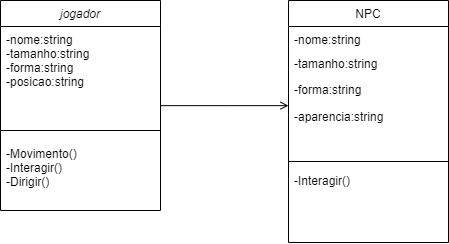
The draw.io diagram Diagrama jogo musica Unity.drawio.png in lucasnoelgb/2jdprojetomusica, before a commit. Source tidied: cells renumbered, new cells last; positions are measured from the earlier drawing's top-left corner, leaving out a move shared by most shapes.
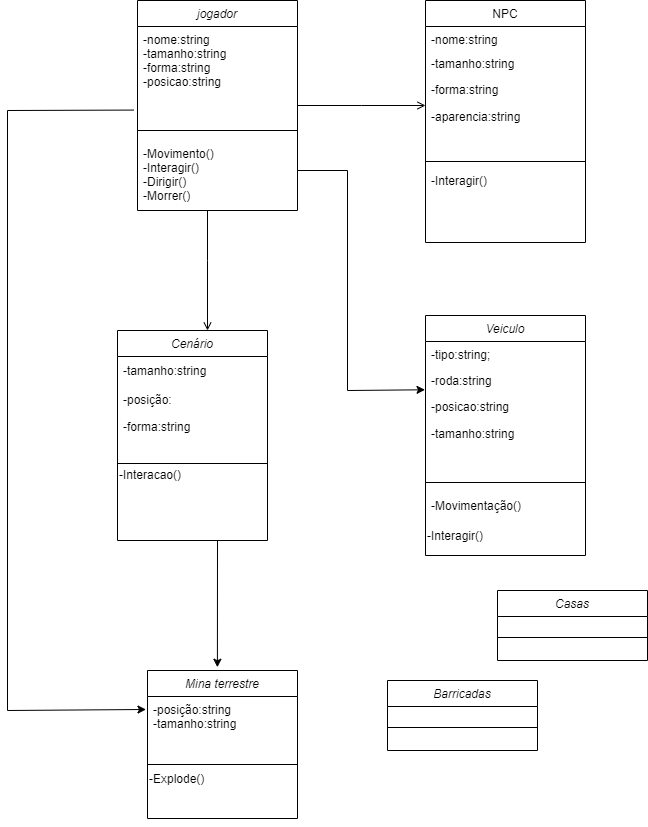
Above is the later version.

Diff of the diagram source:
```diff
@@ -11,7 +11,7 @@
     <mxCell id="4" style="line;html=1;strokeWidth=1;align=left;verticalAlign=middle;spacingTop=-1;spacingLeft=3;spacingRight=3;labelPosition=right;" parent="2" vertex="1">
       <mxGeometry y="120" width="160" height="20" as="geometry" />
     </mxCell>
-    <mxCell id="5" value="-Movimento()&#10;-Interagir()&#10;-Dirigir()" style="text;align=left;verticalAlign=top;spacingLeft=4;spacingRight=4;overflow=hidden;points=[[0,0.5],[1,0.5]];portConstraint=eastwest;" parent="2" vertex="1">
+    <mxCell id="5" value="-Movimento()&#10;-Interagir()&#10;-Dirigir()&#10;-Morrer()" style="text;align=left;verticalAlign=top;spacingLeft=4;spacingRight=4;overflow=hidden;points=[[0,0.5],[1,0.5]];portConstraint=eastwest;" parent="2" vertex="1">
       <mxGeometry y="140" width="160" height="60" as="geometry" />
     </mxCell>
     <mxCell id="6" value="NPC" style="swimlane;fontStyle=0;align=center;verticalAlign=top;horizontal=1;startSize=26;rounded=0;shadow=0;strokeWidth=1;" parent="1" vertex="1">
@@ -40,5 +40,123 @@
         <mxPoint x="-40" y="32" as="offset" />
       </mxGeometry>
     </mxCell>
+    <mxCell id="14" value="Cenário" style="swimlane;fontStyle=2;align=center;verticalAlign=top;horizontal=1;startSize=26;rounded=0;shadow=0;strokeWidth=1;" parent="1" vertex="1">
+      <mxGeometry x="-20" y="330" width="150" height="210" as="geometry" />
+    </mxCell>
+    <mxCell id="15" value="-tamanho:string" style="text;html=1;align=left;verticalAlign=middle;strokeColor=none;fillColor=none;spacingLeft=4;" parent="14" vertex="1">
+      <mxGeometry y="26" width="150" height="30" as="geometry" />
+    </mxCell>
+    <mxCell id="16" value="-posição:" style="text;align=left;verticalAlign=top;spacingLeft=4;spacingRight=4;overflow=hidden;" parent="14" vertex="1">
+      <mxGeometry y="56" width="150" height="26" as="geometry" />
+    </mxCell>
+    <mxCell id="17" value="-forma:string" style="text;html=1;align=left;verticalAlign=middle;strokeColor=none;fillColor=none;spacingLeft=4;" parent="14" vertex="1">
+      <mxGeometry y="82" width="150" height="30" as="geometry" />
+    </mxCell>
+    <mxCell id="18" style="edgeStyle=orthogonalEdgeStyle;rounded=0;orthogonalLoop=1;jettySize=auto;html=1;exitX=0.5;exitY=1;exitDx=0;exitDy=0;" parent="14" edge="1" source="20" target="20">
+      <mxGeometry relative="1" as="geometry" />
+    </mxCell>
+    <mxCell id="19" style="line;html=1;strokeWidth=1;align=left;verticalAlign=middle;spacingTop=-1;spacingLeft=3;spacingRight=3;labelPosition=right;" parent="14" vertex="1">
+      <mxGeometry y="112" width="150" height="42" as="geometry" />
+    </mxCell>
+    <mxCell id="20" value="-Interacao()" style="text;html=1;strokeColor=none;fillColor=none;align=left;verticalAlign=bottom;whiteSpace=wrap;rounded=0;horizontal=1;labelPosition=center;verticalLabelPosition=top;" parent="14" vertex="1">
+      <mxGeometry y="154" width="150" height="30" as="geometry" />
+    </mxCell>
+    <mxCell id="21" style="endArrow=open;shadow=0;strokeWidth=1;rounded=0;endFill=1;edgeStyle=elbowEdgeStyle;elbow=vertical;exitX=0.5;exitY=1;exitDx=0;exitDy=0;" parent="1" edge="1">
+      <mxGeometry x="0.5" y="41" relative="1" as="geometry">
+        <mxPoint x="70" y="210" as="sourcePoint" />
+        <mxPoint x="70" y="330" as="targetPoint" />
+        <Array as="points">
+          <mxPoint x="90" y="260" />
+        </Array>
+        <mxPoint x="-40" y="32" as="offset" />
+      </mxGeometry>
+    </mxCell>
+    <mxCell id="22" value="Veiculo" style="swimlane;fontStyle=2;align=center;verticalAlign=top;horizontal=1;startSize=26;rounded=0;shadow=0;strokeWidth=1;" parent="1" vertex="1">
+      <mxGeometry x="288" y="315" width="160" height="240" as="geometry" />
+    </mxCell>
+    <mxCell id="23" value="-tipo:string;" style="text;align=left;verticalAlign=top;spacingLeft=4;spacingRight=4;overflow=hidden;" parent="22" vertex="1">
+      <mxGeometry y="26" width="160" height="26" as="geometry" />
+    </mxCell>
+    <mxCell id="24" value="-roda:string" style="text;align=left;verticalAlign=top;spacingLeft=4;spacingRight=4;overflow=hidden;points=[[0,0.5],[1,0.5]];portConstraint=eastwest;rounded=0;shadow=0;html=0;" parent="22" vertex="1">
+      <mxGeometry y="52" width="160" height="26" as="geometry" />
+    </mxCell>
+    <mxCell id="25" value="-posicao:string" style="text;align=left;verticalAlign=top;spacingLeft=4;spacingRight=4;overflow=hidden;rounded=0;shadow=0;html=0;" parent="22" vertex="1">
+      <mxGeometry y="78" width="160" height="26" as="geometry" />
+    </mxCell>
+    <mxCell id="26" value="-tamanho:string" style="text;html=1;align=left;verticalAlign=middle;strokeColor=none;fillColor=none;spacingLeft=4;" parent="22" vertex="1">
+      <mxGeometry y="104" width="160" height="30" as="geometry" />
+    </mxCell>
+    <mxCell id="27" style="line;html=1;strokeWidth=1;align=left;verticalAlign=middle;spacingTop=-1;spacingLeft=3;spacingRight=3;labelPosition=right;" parent="22" vertex="1">
+      <mxGeometry y="134" width="160" height="66" as="geometry" />
+    </mxCell>
+    <mxCell id="28" value="-Movimentação()" style="text;align=left;verticalAlign=bottom;spacingLeft=4;spacingRight=4;overflow=hidden;labelPosition=center;verticalLabelPosition=top;" parent="22" vertex="1">
+      <mxGeometry y="200" width="160" height="30" as="geometry" />
+    </mxCell>
+    <mxCell id="29" value="-Interagir()" style="text;html=1;strokeColor=none;fillColor=none;align=left;verticalAlign=bottom;whiteSpace=wrap;rounded=0;labelPosition=center;verticalLabelPosition=top;" parent="22" vertex="1">
+      <mxGeometry y="230" width="160" height="10" as="geometry" />
+    </mxCell>
+    <mxCell id="30" style="endArrow=classic;html=1;rounded=0;exitX=1;exitY=0.5;exitDx=0;exitDy=0;entryX=-0.003;entryY=0.857;entryDx=0;entryDy=0;entryPerimeter=0;" parent="1" edge="1" source="5" target="24">
+      <mxGeometry relative="1" as="geometry">
+        <Array as="points">
+          <mxPoint x="210" y="170" />
+          <mxPoint x="210" y="390" />
+        </Array>
+      </mxGeometry>
+    </mxCell>
+    <mxCell id="31" value="Mina terrestre" style="swimlane;fontStyle=2;align=center;verticalAlign=top;horizontal=1;startSize=26;rounded=0;shadow=0;strokeWidth=1;" parent="1" vertex="1">
+      <mxGeometry x="10" y="670" width="150" height="148" as="geometry" />
+    </mxCell>
+    <mxCell id="32" value="-posição:string&#10;-tamanho:string" style="text;align=left;verticalAlign=top;spacingLeft=4;spacingRight=4;overflow=hidden;points=[[0,0.5],[1,0.5]];portConstraint=eastwest;" parent="31" vertex="1">
+      <mxGeometry y="26" width="150" height="44" as="geometry" />
+    </mxCell>
+    <mxCell id="33" style="edgeStyle=orthogonalEdgeStyle;rounded=0;orthogonalLoop=1;jettySize=auto;html=1;exitX=0.5;exitY=1;exitDx=0;exitDy=0;" parent="31" edge="1" source="35" target="35">
+      <mxGeometry relative="1" as="geometry" />
+    </mxCell>
+    <mxCell id="34" style="line;html=1;strokeWidth=1;align=left;verticalAlign=middle;spacingTop=-1;spacingLeft=3;spacingRight=3;labelPosition=right;" parent="31" vertex="1">
+      <mxGeometry y="70" width="150" height="48" as="geometry" />
+    </mxCell>
+    <mxCell id="35" value="-Explode()" style="text;html=1;strokeColor=none;fillColor=none;align=left;verticalAlign=bottom;whiteSpace=wrap;rounded=0;horizontal=1;labelPosition=center;verticalLabelPosition=top;" parent="31" vertex="1">
+      <mxGeometry y="118" width="150" height="30" as="geometry" />
+    </mxCell>
+    <mxCell id="36" style="endArrow=classic;html=1;rounded=0;entryX=0.466;entryY=-0.022;entryDx=0;entryDy=0;entryPerimeter=0;" parent="1" edge="1" target="31">
+      <mxGeometry relative="1" as="geometry">
+        <mxPoint x="80" y="540" as="sourcePoint" />
+        <Array as="points">
+          <mxPoint x="80" y="540" />
+        </Array>
+      </mxGeometry>
+    </mxCell>
+    <mxCell id="37" value="Casas" style="swimlane;fontStyle=2;align=center;verticalAlign=top;horizontal=1;startSize=26;rounded=0;shadow=0;strokeWidth=1;" parent="1" vertex="1">
+      <mxGeometry x="360" y="590" width="150" height="70" as="geometry" />
+    </mxCell>
+    <mxCell id="38" style="edgeStyle=orthogonalEdgeStyle;rounded=0;orthogonalLoop=1;jettySize=auto;html=1;exitX=0.5;exitY=1;exitDx=0;exitDy=0;" parent="37" edge="1">
+      <mxGeometry relative="1" as="geometry">
+        <mxPoint x="75" y="98" as="sourcePoint" />
+        <mxPoint x="75" y="98" as="targetPoint" />
+      </mxGeometry>
+    </mxCell>
+    <mxCell id="39" style="line;html=1;strokeWidth=1;align=left;verticalAlign=middle;spacingTop=-1;spacingLeft=3;spacingRight=3;labelPosition=right;" parent="37" vertex="1">
+      <mxGeometry y="26" width="150" height="42" as="geometry" />
+    </mxCell>
+    <mxCell id="40" style="endArrow=classic;html=1;rounded=0;exitX=-0.022;exitY=0.889;exitDx=0;exitDy=0;exitPerimeter=0;entryX=-0.01;entryY=0.295;entryDx=0;entryDy=0;entryPerimeter=0;" parent="1" edge="1" source="3" target="32">
+      <mxGeometry relative="1" as="geometry">
+        <Array as="points">
+          <mxPoint x="-130" y="110" />
+          <mxPoint x="-130" y="710" />
+        </Array>
+      </mxGeometry>
+    </mxCell>
+    <mxCell id="41" value="Barricadas" style="swimlane;fontStyle=2;align=center;verticalAlign=top;horizontal=1;startSize=26;rounded=0;shadow=0;strokeWidth=1;" parent="1" vertex="1">
+      <mxGeometry x="250" y="680" width="150" height="70" as="geometry" />
+    </mxCell>
+    <mxCell id="42" style="edgeStyle=orthogonalEdgeStyle;rounded=0;orthogonalLoop=1;jettySize=auto;html=1;exitX=0.5;exitY=1;exitDx=0;exitDy=0;" parent="41" edge="1">
+      <mxGeometry relative="1" as="geometry">
+        <mxPoint x="75" y="98" as="sourcePoint" />
+        <mxPoint x="75" y="98" as="targetPoint" />
+      </mxGeometry>
+    </mxCell>
+    <mxCell id="43" style="line;html=1;strokeWidth=1;align=left;verticalAlign=middle;spacingTop=-1;spacingLeft=3;spacingRight=3;labelPosition=right;" parent="41" vertex="1">
+      <mxGeometry y="26" width="150" height="42" as="geometry" />
+    </mxCell>
   </root>
 </mxGraphModel>
```
